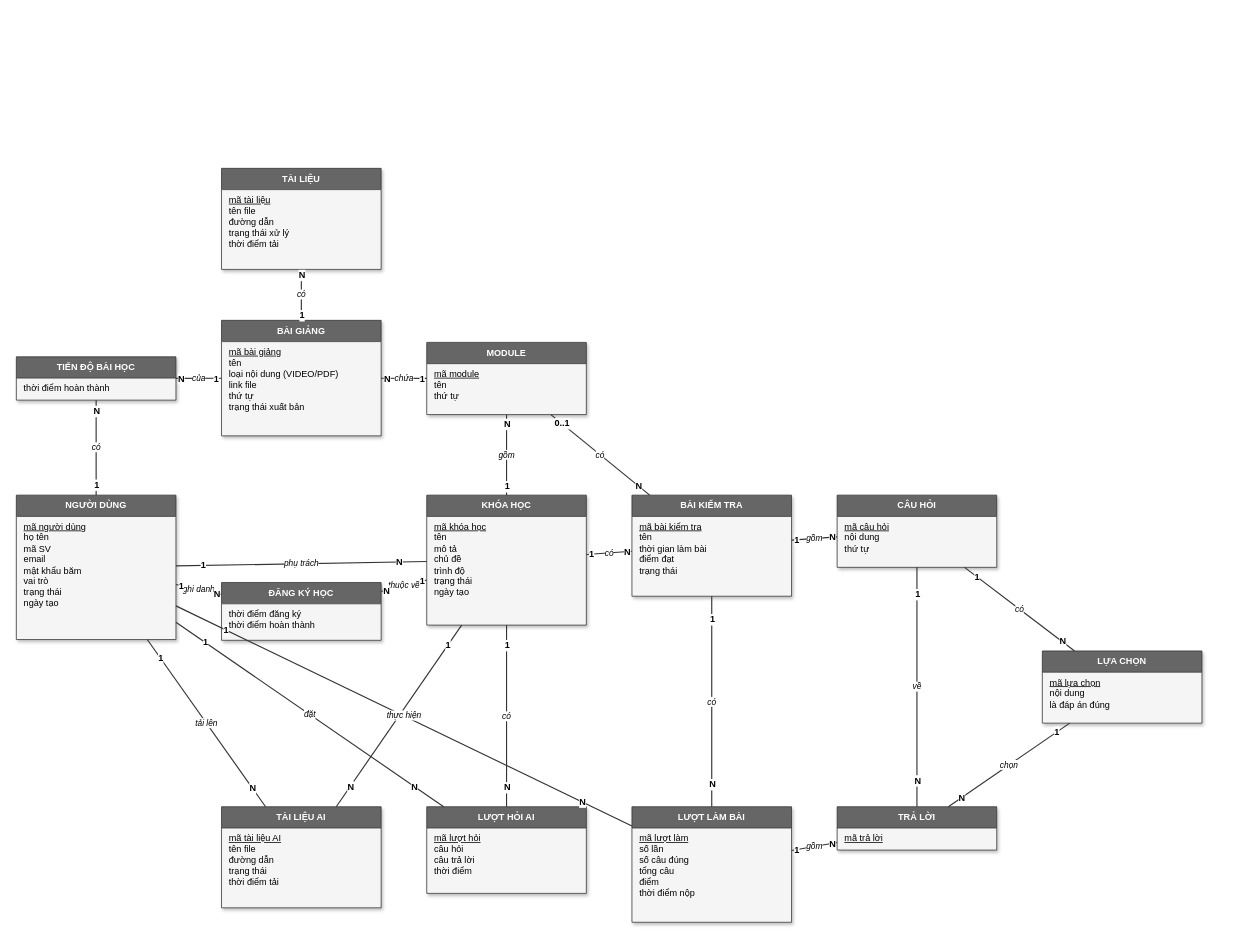
Before: docs/diagrams/H3-1_ERD_MucYNiem.drawio in lthanhnhan991/devlearn, a draw.io diagram. Source tidied: cells renumbered, new cells numbered last; positions are measured from the earlier drawing's top-left corner, leaving out a move shared by most shapes. Both pictures are drawn from the tidied source at 76%, with x=0, y=0 at pixel (16, 168).
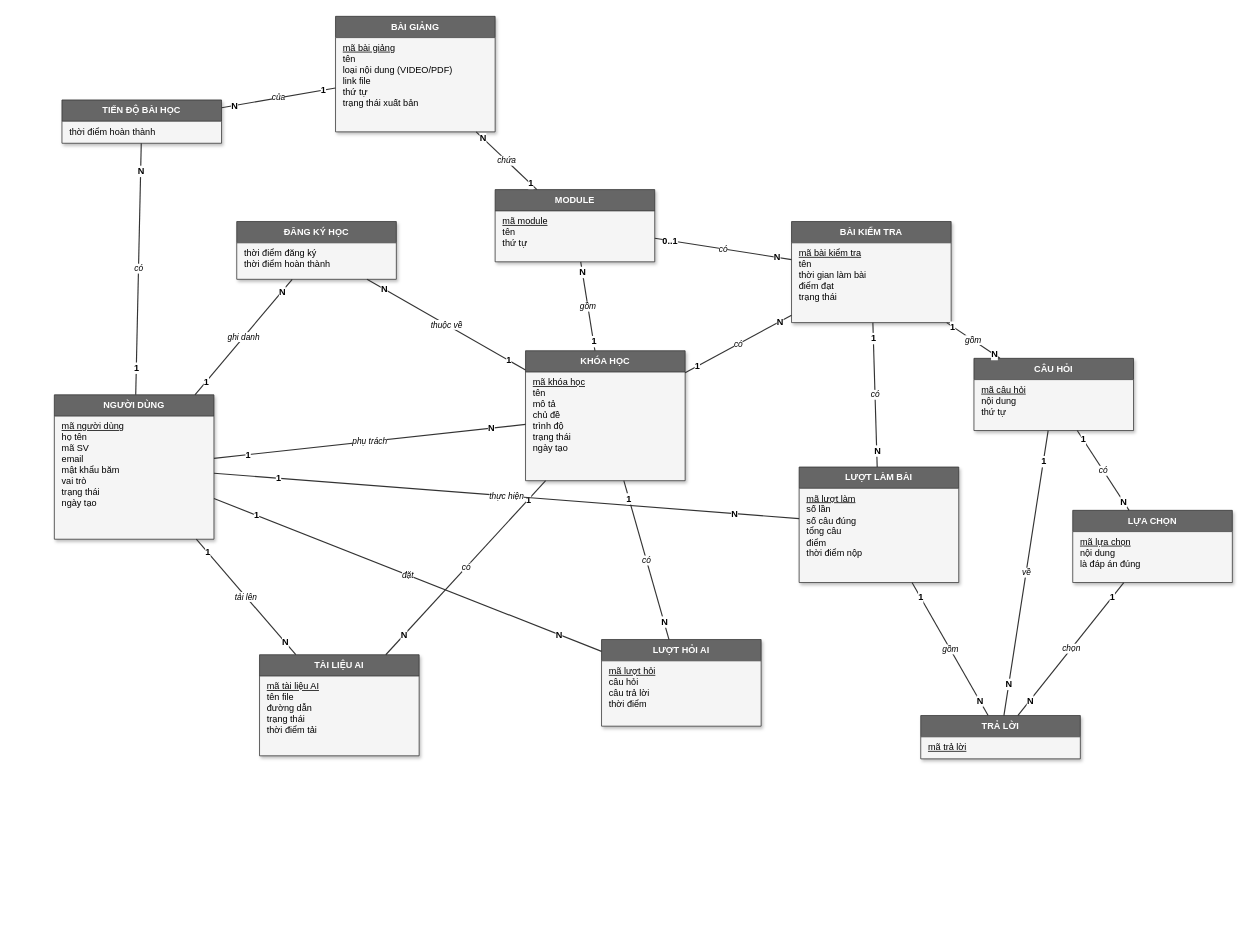
After the change.

Change to the diagram source:
```diff
@@
     <mxCell id="2" value="NGƯỜI DÙNG" style="swimlane;whiteSpace=wrap;html=1;startSize=28;fillColor=#666666;strokeColor=#333333;fontColor=#FFFFFF;fontSize=12;fontStyle=1;swimlaneFillColor=#F5F5F5;shadow=1;" parent="1" vertex="1">
-      <mxGeometry y="430" width="210" height="190" as="geometry" />
+      <mxGeometry x="50" y="298" width="210" height="190" as="geometry" />
     </mxCell>
@@
     <mxCell id="4" value="KHÓA HỌC" style="swimlane;whiteSpace=wrap;html=1;startSize=28;fillColor=#666666;strokeColor=#333333;fontColor=#FFFFFF;fontSize=12;fontStyle=1;swimlaneFillColor=#F5F5F5;shadow=1;" parent="1" vertex="1">
-      <mxGeometry x="540" y="430" width="210" height="171" as="geometry" />
+      <mxGeometry x="670" y="240" width="210" height="171" as="geometry" />
     </mxCell>
@@
     <mxCell id="6" value="MODULE" style="swimlane;whiteSpace=wrap;html=1;startSize=28;fillColor=#666666;strokeColor=#333333;fontColor=#FFFFFF;fontSize=12;fontStyle=1;swimlaneFillColor=#F5F5F5;shadow=1;" parent="1" vertex="1">
-      <mxGeometry x="540" y="229" width="210" height="95" as="geometry" />
+      <mxGeometry x="630" y="28" width="210" height="95" as="geometry" />
     </mxCell>
@@
     <mxCell id="8" value="BÀI GIẢNG" style="swimlane;whiteSpace=wrap;html=1;startSize=28;fillColor=#666666;strokeColor=#333333;fontColor=#FFFFFF;fontSize=12;fontStyle=1;swimlaneFillColor=#F5F5F5;shadow=1;" parent="1" vertex="1">
-      <mxGeometry x="270" y="200" width="210" height="152" as="geometry" />
+      <mxGeometry x="420" y="-200" width="210" height="152" as="geometry" />
     </mxCell>
@@
-    <mxCell id="10" value="TÀI LIỆU" style="swimlane;whiteSpace=wrap;html=1;startSize=28;fillColor=#666666;strokeColor=#333333;fontColor=#FFFFFF;fontSize=12;fontStyle=1;swimlaneFillColor=#F5F5F5;shadow=1;" parent="1" vertex="1">
-      <mxGeometry x="270" width="210" height="133" as="geometry" />
-    </mxCell>
-    <mxCell id="11" value="&lt;u&gt;mã tài liệu&lt;/u&gt;&lt;br&gt;tên file&lt;br&gt;đường dẫn&lt;br&gt;trạng thái xử lý&lt;br&gt;thời điểm tải" style="text;html=1;strokeColor=none;fillColor=none;align=left;verticalAlign=top;whiteSpace=wrap;spacingLeft=8;fontSize=12;" parent="10" vertex="1">
-      <mxGeometry y="28" width="210" height="105" as="geometry" />
-    </mxCell>
     <mxCell id="12" value="ĐĂNG KÝ HỌC" style="swimlane;whiteSpace=wrap;html=1;startSize=28;fillColor=#666666;strokeColor=#333333;fontColor=#FFFFFF;fontSize=12;fontStyle=1;swimlaneFillColor=#F5F5F5;shadow=1;" parent="1" vertex="1">
-      <mxGeometry x="270" y="545" width="210" height="76" as="geometry" />
+      <mxGeometry x="290" y="70" width="210" height="76" as="geometry" />
     </mxCell>
@@
     <mxCell id="14" value="TIẾN ĐỘ BÀI HỌC" style="swimlane;whiteSpace=wrap;html=1;startSize=28;fillColor=#666666;strokeColor=#333333;fontColor=#FFFFFF;fontSize=12;fontStyle=1;swimlaneFillColor=#F5F5F5;shadow=1;" parent="1" vertex="1">
-      <mxGeometry y="248" width="210" height="57" as="geometry" />
+      <mxGeometry x="60" y="-90" width="210" height="57" as="geometry" />
     </mxCell>
@@
     <mxCell id="16" value="BÀI KIỂM TRA" style="swimlane;whiteSpace=wrap;html=1;startSize=28;fillColor=#666666;strokeColor=#333333;fontColor=#FFFFFF;fontSize=12;fontStyle=1;swimlaneFillColor=#F5F5F5;shadow=1;" parent="1" vertex="1">
-      <mxGeometry x="810" y="430" width="210" height="133" as="geometry" />
+      <mxGeometry x="1020" y="70" width="210" height="133" as="geometry" />
     </mxCell>
@@
     <mxCell id="18" value="CÂU HỎI" style="swimlane;whiteSpace=wrap;html=1;startSize=28;fillColor=#666666;strokeColor=#333333;fontColor=#FFFFFF;fontSize=12;fontStyle=1;swimlaneFillColor=#F5F5F5;shadow=1;" parent="1" vertex="1">
-      <mxGeometry x="1080" y="430" width="210" height="95" as="geometry" />
+      <mxGeometry x="1260" y="250" width="210" height="95" as="geometry" />
     </mxCell>
@@
     <mxCell id="20" value="LỰA CHỌN" style="swimlane;whiteSpace=wrap;html=1;startSize=28;fillColor=#666666;strokeColor=#333333;fontColor=#FFFFFF;fontSize=12;fontStyle=1;swimlaneFillColor=#F5F5F5;shadow=1;" parent="1" vertex="1">
-      <mxGeometry x="1350" y="635" width="210" height="95" as="geometry" />
+      <mxGeometry x="1390" y="450" width="210" height="95" as="geometry" />
     </mxCell>
@@
     <mxCell id="22" value="LƯỢT LÀM BÀI" style="swimlane;whiteSpace=wrap;html=1;startSize=28;fillColor=#666666;strokeColor=#333333;fontColor=#FFFFFF;fontSize=12;fontStyle=1;swimlaneFillColor=#F5F5F5;shadow=1;" parent="1" vertex="1">
-      <mxGeometry x="810" y="840" width="210" height="152" as="geometry" />
+      <mxGeometry x="1030" y="393" width="210" height="152" as="geometry" />
     </mxCell>
@@
     <mxCell id="24" value="TRẢ LỜI" style="swimlane;whiteSpace=wrap;html=1;startSize=28;fillColor=#666666;strokeColor=#333333;fontColor=#FFFFFF;fontSize=12;fontStyle=1;swimlaneFillColor=#F5F5F5;shadow=1;" parent="1" vertex="1">
-      <mxGeometry x="1080" y="840" width="210" height="57" as="geometry" />
+      <mxGeometry x="1190" y="720" width="210" height="57" as="geometry" />
     </mxCell>
@@
     <mxCell id="26" value="TÀI LIỆU AI" style="swimlane;whiteSpace=wrap;html=1;startSize=28;fillColor=#666666;strokeColor=#333333;fontColor=#FFFFFF;fontSize=12;fontStyle=1;swimlaneFillColor=#F5F5F5;shadow=1;" parent="1" vertex="1">
-      <mxGeometry x="270" y="840" width="210" height="133" as="geometry" />
+      <mxGeometry x="320" y="640" width="210" height="133" as="geometry" />
     </mxCell>
@@
     <mxCell id="28" value="LƯỢT HỎI AI" style="swimlane;whiteSpace=wrap;html=1;startSize=28;fillColor=#666666;strokeColor=#333333;fontColor=#FFFFFF;fontSize=12;fontStyle=1;swimlaneFillColor=#F5F5F5;shadow=1;" parent="1" vertex="1">
-      <mxGeometry x="540" y="840" width="210" height="114" as="geometry" />
+      <mxGeometry x="770" y="620" width="210" height="114" as="geometry" />
     </mxCell>
@@
-    <mxCell id="51" value="có" style="endArrow=none;html=1;strokeColor=#333333;strokeWidth=1.5;fontSize=11;fontStyle=2;labelBackgroundColor=#FFFFFF;" parent="1" edge="1" source="8" target="10">
-      <mxGeometry relative="1" as="geometry" />
-    </mxCell>
-    <mxCell id="52" value="1" style="edgeLabel;html=1;align=center;verticalAlign=middle;fontSize=12;fontStyle=1;labelBackgroundColor=#FFFFFF;" parent="51" vertex="1">
-      <mxGeometry x="-0.78" relative="1" as="geometry" />
-    </mxCell>
-    <mxCell id="53" value="N" style="edgeLabel;html=1;align=center;verticalAlign=middle;fontSize=12;fontStyle=1;labelBackgroundColor=#FFFFFF;" parent="51" vertex="1">
-      <mxGeometry x="0.78" relative="1" as="geometry" />
-    </mxCell>
```
